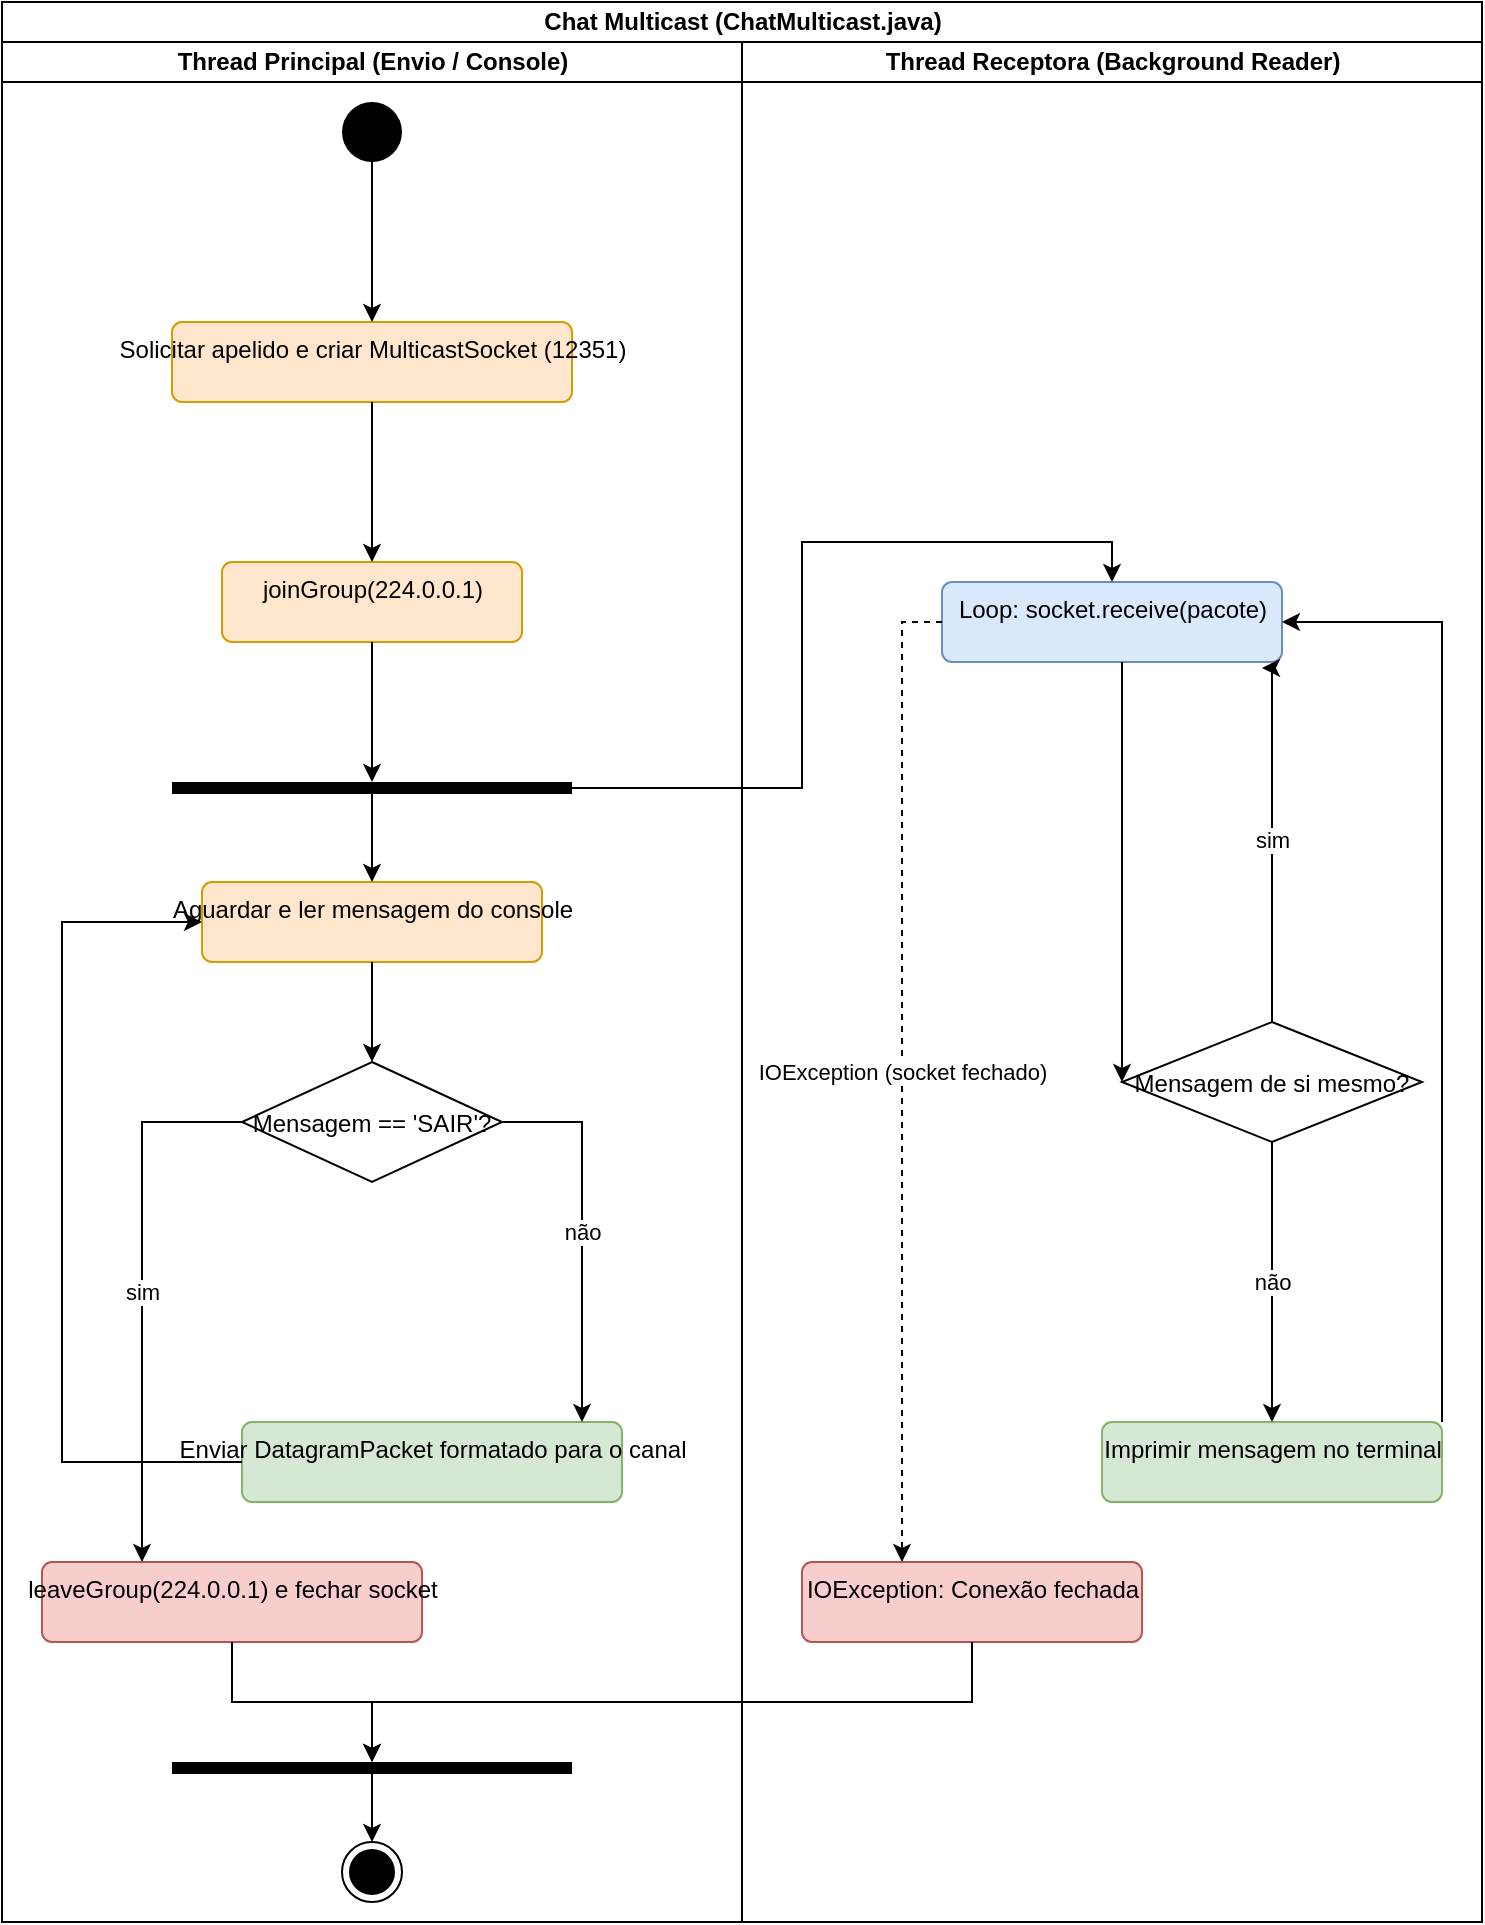
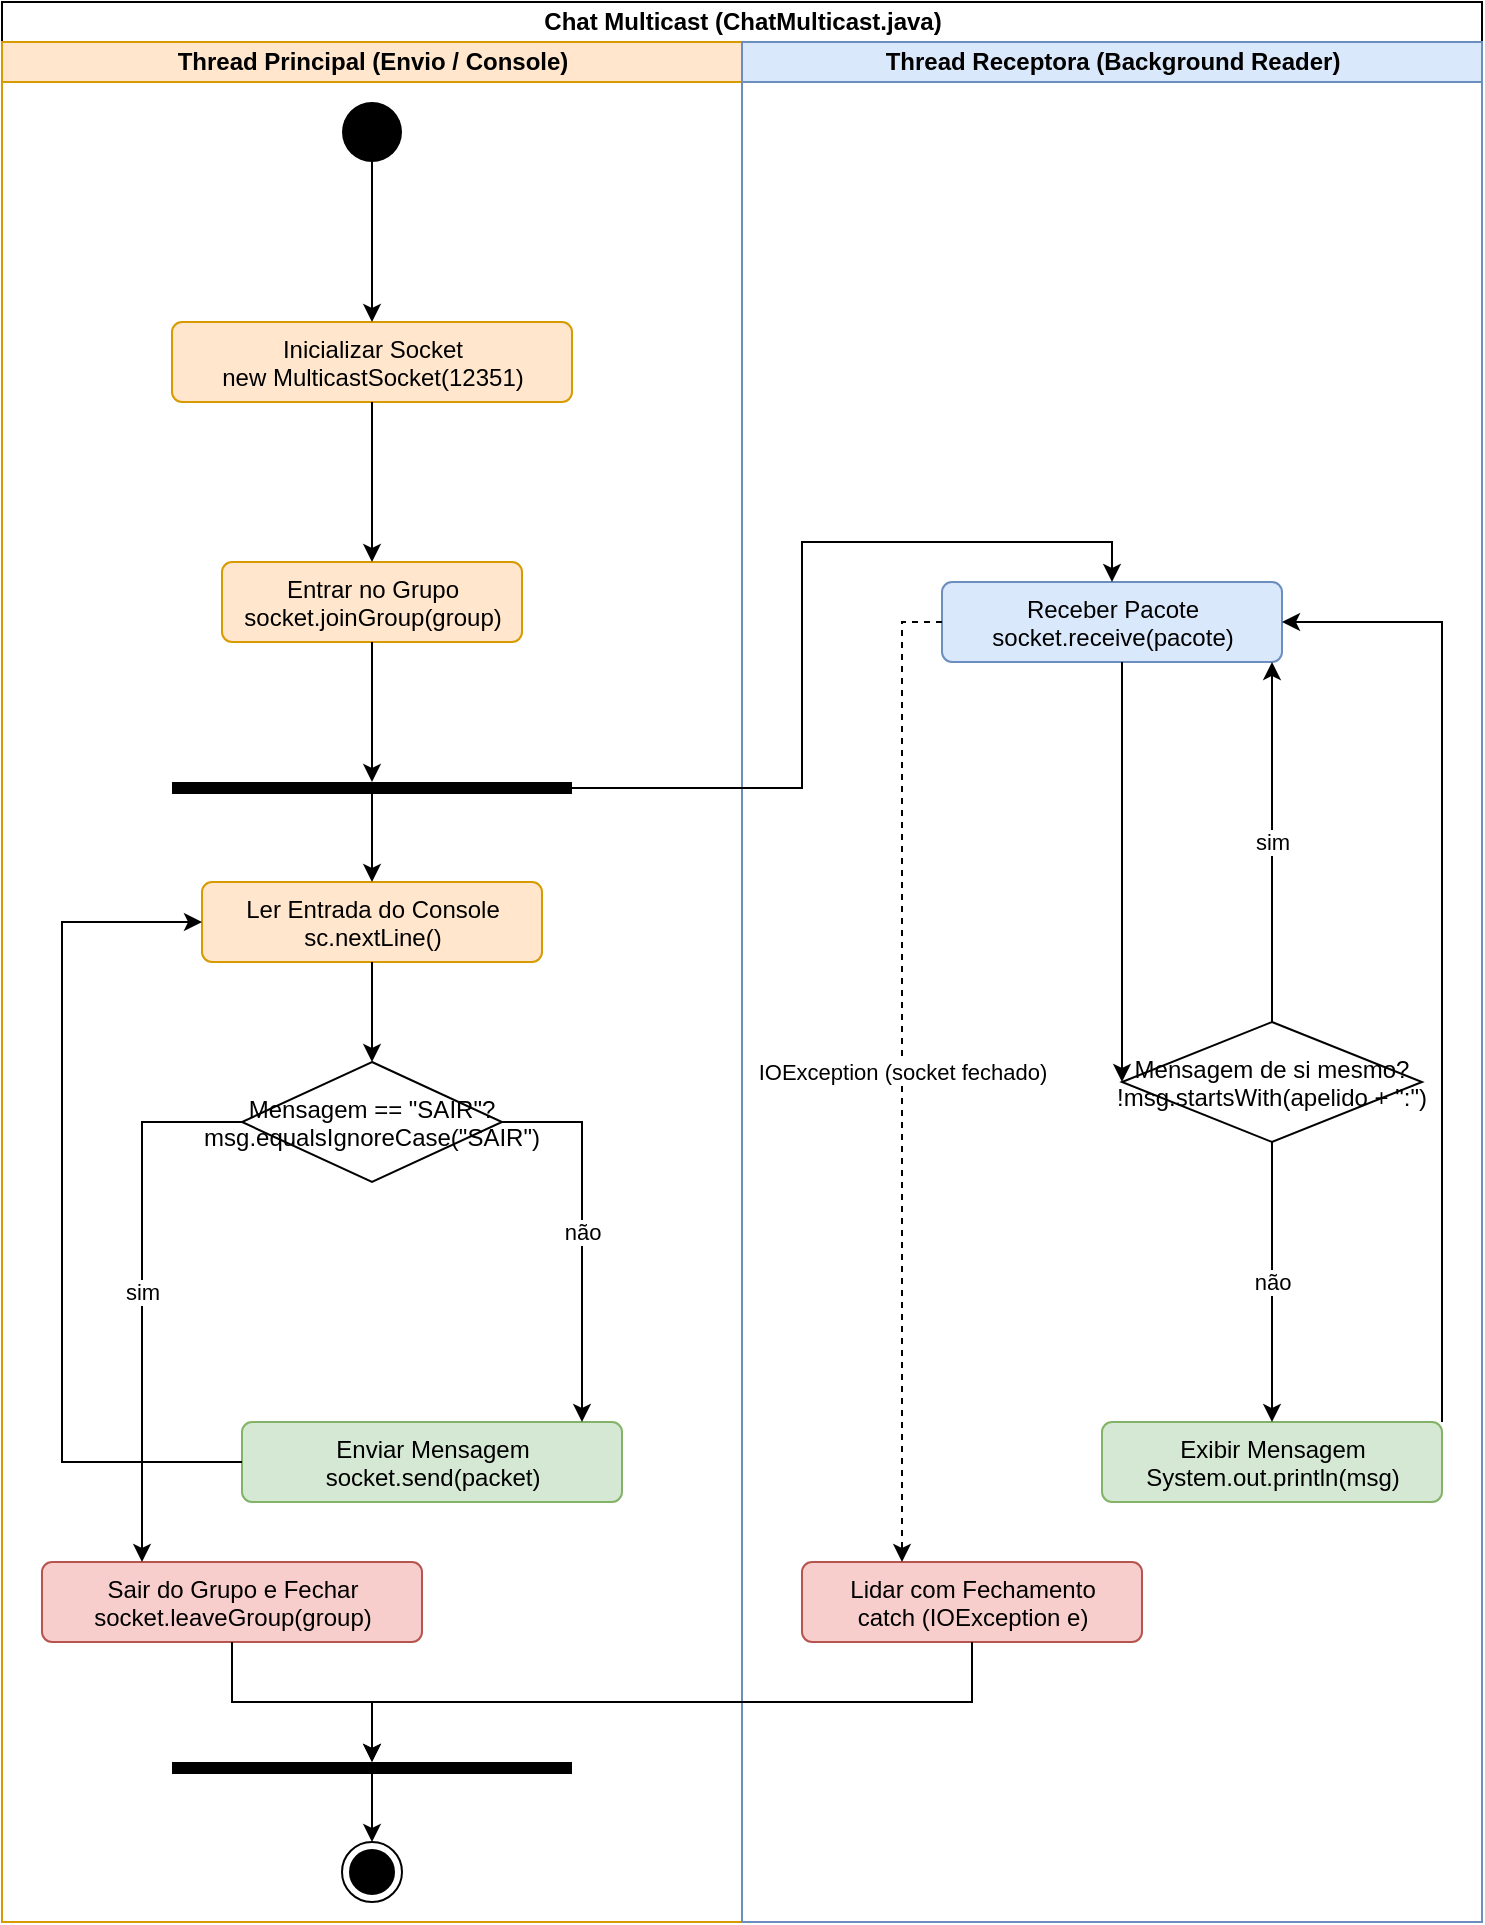
<mxfile host="65bd71144e" pages="1">
    <diagram id="chat_activity" name="Activity Diagram">
-         <mxGraphModel dx="897" dy="628" grid="1" gridSize="10" guides="1" tooltips="1" connect="1" arrows="1" fold="1" page="1" pageScale="1" pageWidth="1019" pageHeight="1320" math="0" shadow="0">
+         <mxGraphModel dx="705" dy="403" grid="1" gridSize="10" guides="1" tooltips="1" connect="1" arrows="1" fold="1" page="1" pageScale="1" pageWidth="1019" pageHeight="1320" math="0" shadow="0">
            <root>
                <mxCell id="0"/>
                <mxCell id="1" parent="0"/>
                <mxCell id="swimlanes" value="Chat Multicast (ChatMulticast.java)" style="swimlane;childLayout=stackLayout;resizeParent=1;resizeParentMax=0;startSize=20;html=1;horizontalStack=1;" parent="1" vertex="1">
                    <mxGeometry x="40" y="40" width="740" height="960" as="geometry"/>
                </mxCell>
-                 <mxCell id="lane_main" value="Thread Principal (Envio / Console)" style="swimlane;startSize=20;html=1;" parent="swimlanes" vertex="1">
+                 <mxCell id="lane_main" value="Thread Principal (Envio / Console)" style="swimlane;startSize=20;html=1;fillColor=#ffe6cc;strokeColor=#d79b00;" parent="swimlanes" vertex="1">
                    <mxGeometry y="20" width="370" height="940" as="geometry"/>
                </mxCell>
                <mxCell id="act_start" value="Start" style="ellipse;fillColor=#000000;strokeColor=none;" parent="lane_main" vertex="1">
                    <mxGeometry x="170" y="30" width="30" height="30" as="geometry"/>
                </mxCell>
-                 <mxCell id="act_init" value="Solicitar apelido e criar MulticastSocket (12351)" style="html=1;align=center;verticalAlign=top;rounded=1;absoluteArcSize=1;arcSize=10;fillColor=#ffe6cc;strokeColor=#d79b00;" parent="lane_main" vertex="1">
+                 <mxCell id="act_init" value="Inicializar Socket&#xa;new MulticastSocket(12351)" style="html=1;align=center;verticalAlign=top;rounded=1;absoluteArcSize=1;arcSize=10;fillColor=#ffe6cc;strokeColor=#d79b00;" parent="lane_main" vertex="1">
                    <mxGeometry x="85" y="140" width="200" height="40" as="geometry"/>
                </mxCell>
-                 <mxCell id="act_join" value="joinGroup(224.0.0.1)" style="html=1;align=center;verticalAlign=top;rounded=1;absoluteArcSize=1;arcSize=10;fillColor=#ffe6cc;strokeColor=#d79b00;" parent="lane_main" vertex="1">
+                 <mxCell id="act_join" value="Entrar no Grupo&#xa;socket.joinGroup(group)" style="html=1;align=center;verticalAlign=top;rounded=1;absoluteArcSize=1;arcSize=10;fillColor=#ffe6cc;strokeColor=#d79b00;" parent="lane_main" vertex="1">
                    <mxGeometry x="110" y="260" width="150" height="40" as="geometry"/>
                </mxCell>
                <mxCell id="fork_thread" value="" style="html=1;points=[];perimeter=orthogonalPerimeter;fillColor=#000000;strokeColor=none;" parent="lane_main" vertex="1">
                    <mxGeometry x="85" y="370" width="200" height="6" as="geometry"/>
                </mxCell>
-                 <mxCell id="act_read_console" value="Aguardar e ler mensagem do console" style="html=1;align=center;verticalAlign=top;rounded=1;absoluteArcSize=1;arcSize=10;fillColor=#ffe6cc;strokeColor=#d79b00;" parent="lane_main" vertex="1">
+                 <mxCell id="act_read_console" value="Ler Entrada do Console&#xa;sc.nextLine()" style="html=1;align=center;verticalAlign=top;rounded=1;absoluteArcSize=1;arcSize=10;fillColor=#ffe6cc;strokeColor=#d79b00;" parent="lane_main" vertex="1">
                    <mxGeometry x="100" y="420" width="170" height="40" as="geometry"/>
                </mxCell>
-                 <mxCell id="dec_msg" value="Mensagem == &#39;SAIR&#39;?" style="rhombus;" parent="lane_main" vertex="1">
+                 <mxCell id="dec_msg" value="Mensagem == &quot;SAIR&quot;?&#xa;msg.equalsIgnoreCase(&quot;SAIR&quot;)" style="rhombus;" parent="lane_main" vertex="1">
                    <mxGeometry x="120" y="510" width="130" height="60" as="geometry"/>
                </mxCell>
-                 <mxCell id="act_send_pkt" value="Enviar DatagramPacket formatado para o canal" style="html=1;align=center;verticalAlign=top;rounded=1;absoluteArcSize=1;arcSize=10;fillColor=#d5e8d4;strokeColor=#82b366;" parent="lane_main" vertex="1">
+                 <mxCell id="act_send_pkt" value="Enviar Mensagem&#xa;socket.send(packet)" style="html=1;align=center;verticalAlign=top;rounded=1;absoluteArcSize=1;arcSize=10;fillColor=#d5e8d4;strokeColor=#82b366;" parent="lane_main" vertex="1">
                    <mxGeometry x="120" y="690" width="190" height="40" as="geometry"/>
                </mxCell>
-                 <mxCell id="act_leave_group" value="leaveGroup(224.0.0.1) e fechar socket" style="html=1;align=center;verticalAlign=top;rounded=1;absoluteArcSize=1;arcSize=10;fillColor=#f8cecc;strokeColor=#b85450;" parent="lane_main" vertex="1">
+                 <mxCell id="act_leave_group" value="Sair do Grupo e Fechar&#xa;socket.leaveGroup(group)" style="html=1;align=center;verticalAlign=top;rounded=1;absoluteArcSize=1;arcSize=10;fillColor=#f8cecc;strokeColor=#b85450;" parent="lane_main" vertex="1">
                    <mxGeometry x="20" y="760" width="190" height="40" as="geometry"/>
                </mxCell>
                <mxCell id="join_thread" value="" style="html=1;points=[];perimeter=orthogonalPerimeter;fillColor=#000000;strokeColor=none;" parent="lane_main" vertex="1">
                    <mxGeometry x="85" y="860" width="200" height="6" as="geometry"/>
                </mxCell>
                <mxCell id="act_end" value="End" style="ellipse;html=1;shape=endState;fillColor=#000000;strokeColor=#000000;" parent="lane_main" vertex="1">
                    <mxGeometry x="170" y="900" width="30" height="30" as="geometry"/>
                </mxCell>
-                 <mxCell id="lane_receptora" value="Thread Receptora (Background Reader)" style="swimlane;startSize=20;html=1;" parent="swimlanes" vertex="1">
+                 <mxCell id="lane_receptora" value="Thread Receptora (Background Reader)" style="swimlane;startSize=20;html=1;fillColor=#dae8fc;strokeColor=#6c8ebf;" parent="swimlanes" vertex="1">
                    <mxGeometry x="370" y="20" width="370" height="940" as="geometry"/>
                </mxCell>
-                 <mxCell id="act_read_loop" value="Loop: socket.receive(pacote)" style="html=1;align=center;verticalAlign=top;rounded=1;absoluteArcSize=1;arcSize=10;fillColor=#dae8fc;strokeColor=#6c8ebf;" parent="lane_receptora" vertex="1">
+                 <mxCell id="act_read_loop" value="Receber Pacote&#xa;socket.receive(pacote)" style="html=1;align=center;verticalAlign=top;rounded=1;absoluteArcSize=1;arcSize=10;fillColor=#dae8fc;strokeColor=#6c8ebf;" parent="lane_receptora" vertex="1">
                    <mxGeometry x="100" y="270" width="170" height="40" as="geometry"/>
                </mxCell>
-                 <mxCell id="dec_filter" value="Mensagem de si mesmo?" style="rhombus;" parent="lane_receptora" vertex="1">
+                 <mxCell id="dec_filter" value="Mensagem de si mesmo?&#xa;!msg.startsWith(apelido + &quot;:&quot;)" style="rhombus;" parent="lane_receptora" vertex="1">
                    <mxGeometry x="190" y="490" width="150" height="60" as="geometry"/>
                </mxCell>
-                 <mxCell id="act_print_msg" value="Imprimir mensagem no terminal" style="html=1;align=center;verticalAlign=top;rounded=1;absoluteArcSize=1;arcSize=10;fillColor=#d5e8d4;strokeColor=#82b366;" parent="lane_receptora" vertex="1">
+                 <mxCell id="act_print_msg" value="Exibir Mensagem&#xa;System.out.println(msg)" style="html=1;align=center;verticalAlign=top;rounded=1;absoluteArcSize=1;arcSize=10;fillColor=#d5e8d4;strokeColor=#82b366;" parent="lane_receptora" vertex="1">
                    <mxGeometry x="180" y="690" width="170" height="40" as="geometry"/>
                </mxCell>
-                 <mxCell id="act_catch_closed" value="IOException: Conexão fechada" style="html=1;align=center;verticalAlign=top;rounded=1;absoluteArcSize=1;arcSize=10;fillColor=#f8cecc;strokeColor=#b85450;" parent="lane_receptora" vertex="1">
+                 <mxCell id="act_catch_closed" value="Lidar com Fechamento&#xa;catch (IOException e)" style="html=1;align=center;verticalAlign=top;rounded=1;absoluteArcSize=1;arcSize=10;fillColor=#f8cecc;strokeColor=#b85450;" parent="lane_receptora" vertex="1">
                    <mxGeometry x="30" y="760" width="170" height="40" as="geometry"/>
                </mxCell>
                <mxCell id="edge1" style="edgeStyle=orthogonalEdgeStyle;rounded=0;orthogonalLoop=1;jettySize=auto;html=1;" parent="1" source="act_start" target="act_init" edge="1">
                    <mxGeometry relative="1" as="geometry"/>
                </mxCell>
                <mxCell id="edge2" style="edgeStyle=orthogonalEdgeStyle;rounded=0;orthogonalLoop=1;jettySize=auto;html=1;" parent="1" source="act_init" target="act_join" edge="1">
                    <mxGeometry relative="1" as="geometry"/>
                </mxCell>
                <mxCell id="edge3" style="edgeStyle=orthogonalEdgeStyle;rounded=0;orthogonalLoop=1;jettySize=auto;html=1;" parent="1" source="act_join" target="fork_thread" edge="1">
                    <mxGeometry relative="1" as="geometry"/>
                </mxCell>
                <mxCell id="edge_fork_main" style="edgeStyle=orthogonalEdgeStyle;rounded=0;orthogonalLoop=1;jettySize=auto;html=1;" parent="1" source="fork_thread" target="act_read_console" edge="1">
                    <mxGeometry relative="1" as="geometry"/>
                </mxCell>
                <mxCell id="edge_fork_reader" style="edgeStyle=orthogonalEdgeStyle;rounded=0;orthogonalLoop=1;jettySize=auto;html=1;entryX=0.5;entryY=0;" parent="1" source="fork_thread" target="act_read_loop" edge="1">
                    <mxGeometry relative="1" as="geometry">
                        <Array as="points">
                            <mxPoint x="440" y="433"/>
                            <mxPoint x="440" y="310"/>
                            <mxPoint x="595" y="310"/>
                        </Array>
                    </mxGeometry>
                </mxCell>
                <mxCell id="edge5" style="edgeStyle=orthogonalEdgeStyle;rounded=0;orthogonalLoop=1;jettySize=auto;html=1;" parent="1" source="act_read_console" target="dec_msg" edge="1">
                    <mxGeometry relative="1" as="geometry"/>
                </mxCell>
                <mxCell id="edge6" value="não" style="edgeStyle=orthogonalEdgeStyle;rounded=0;orthogonalLoop=1;jettySize=auto;html=1;" parent="1" source="dec_msg" target="act_send_pkt" edge="1">
                    <mxGeometry relative="1" as="geometry">
                        <Array as="points">
                            <mxPoint x="190" y="600"/>
                            <mxPoint x="330" y="600"/>
                        </Array>
                    </mxGeometry>
                </mxCell>
                <mxCell id="edge7" style="edgeStyle=orthogonalEdgeStyle;rounded=0;orthogonalLoop=1;jettySize=auto;html=1;entryX=0;entryY=0.5;" parent="1" source="act_send_pkt" target="act_read_console" edge="1">
                    <mxGeometry relative="1" as="geometry">
                        <Array as="points">
                            <mxPoint x="70" y="770"/>
                            <mxPoint x="70" y="500"/>
                        </Array>
                    </mxGeometry>
                </mxCell>
                <mxCell id="edge8" value="sim" style="edgeStyle=orthogonalEdgeStyle;rounded=0;orthogonalLoop=1;jettySize=auto;html=1;" parent="1" source="dec_msg" target="act_leave_group" edge="1">
                    <mxGeometry relative="1" as="geometry">
                        <Array as="points">
                            <mxPoint x="110" y="600"/>
                        </Array>
                    </mxGeometry>
                </mxCell>
                <mxCell id="edge9" style="edgeStyle=orthogonalEdgeStyle;rounded=0;orthogonalLoop=1;jettySize=auto;html=1;" parent="1" source="act_leave_group" target="join_thread" edge="1">
                    <mxGeometry relative="1" as="geometry"/>
                </mxCell>
                <mxCell id="edge10" style="edgeStyle=orthogonalEdgeStyle;rounded=0;orthogonalLoop=1;jettySize=auto;html=1;" parent="1" source="act_read_loop" target="dec_filter" edge="1">
                    <mxGeometry relative="1" as="geometry">
                        <Array as="points">
                            <mxPoint x="600" y="420"/>
                            <mxPoint x="600" y="420"/>
                        </Array>
                    </mxGeometry>
                </mxCell>
                <mxCell id="edge11" value="sim" style="edgeStyle=orthogonalEdgeStyle;rounded=0;orthogonalLoop=1;jettySize=auto;html=1;" parent="1" source="dec_filter" edge="1">
                    <mxGeometry relative="1" as="geometry">
                        <Array as="points">
                            <mxPoint x="675" y="373"/>
                        </Array>
-                         <mxPoint x="670" y="373" as="targetPoint"/>
+                         <mxPoint x="675" y="370" as="targetPoint"/>
                    </mxGeometry>
                </mxCell>
                <mxCell id="edge12" value="não" style="edgeStyle=orthogonalEdgeStyle;rounded=0;orthogonalLoop=1;jettySize=auto;html=1;" parent="1" source="dec_filter" target="act_print_msg" edge="1">
                    <mxGeometry relative="1" as="geometry"/>
                </mxCell>
                <mxCell id="edge13" style="edgeStyle=orthogonalEdgeStyle;rounded=0;orthogonalLoop=1;jettySize=auto;html=1;entryX=1;entryY=0.5;" parent="1" source="act_print_msg" target="act_read_loop" edge="1">
                    <mxGeometry relative="1" as="geometry">
                        <Array as="points">
                            <mxPoint x="760" y="350"/>
                        </Array>
                    </mxGeometry>
                </mxCell>
                <mxCell id="edge14" value="IOException (socket fechado)" style="edgeStyle=orthogonalEdgeStyle;rounded=0;orthogonalLoop=1;jettySize=auto;html=1;dashed=1;" parent="1" source="act_read_loop" target="act_catch_closed" edge="1">
                    <mxGeometry relative="1" as="geometry">
                        <Array as="points">
                            <mxPoint x="490" y="350"/>
                        </Array>
                    </mxGeometry>
                </mxCell>
                <mxCell id="edge15" style="edgeStyle=orthogonalEdgeStyle;rounded=0;orthogonalLoop=1;jettySize=auto;html=1;" parent="1" source="act_catch_closed" target="join_thread" edge="1">
                    <mxGeometry relative="1" as="geometry">
                        <Array as="points">
                            <mxPoint x="525" y="890"/>
                            <mxPoint x="225" y="890"/>
                        </Array>
                    </mxGeometry>
                </mxCell>
                <mxCell id="edge16" style="edgeStyle=orthogonalEdgeStyle;rounded=0;orthogonalLoop=1;jettySize=auto;html=1;" parent="1" source="join_thread" target="act_end" edge="1">
                    <mxGeometry relative="1" as="geometry"/>
                </mxCell>
            </root>
        </mxGraphModel>
    </diagram>
</mxfile>